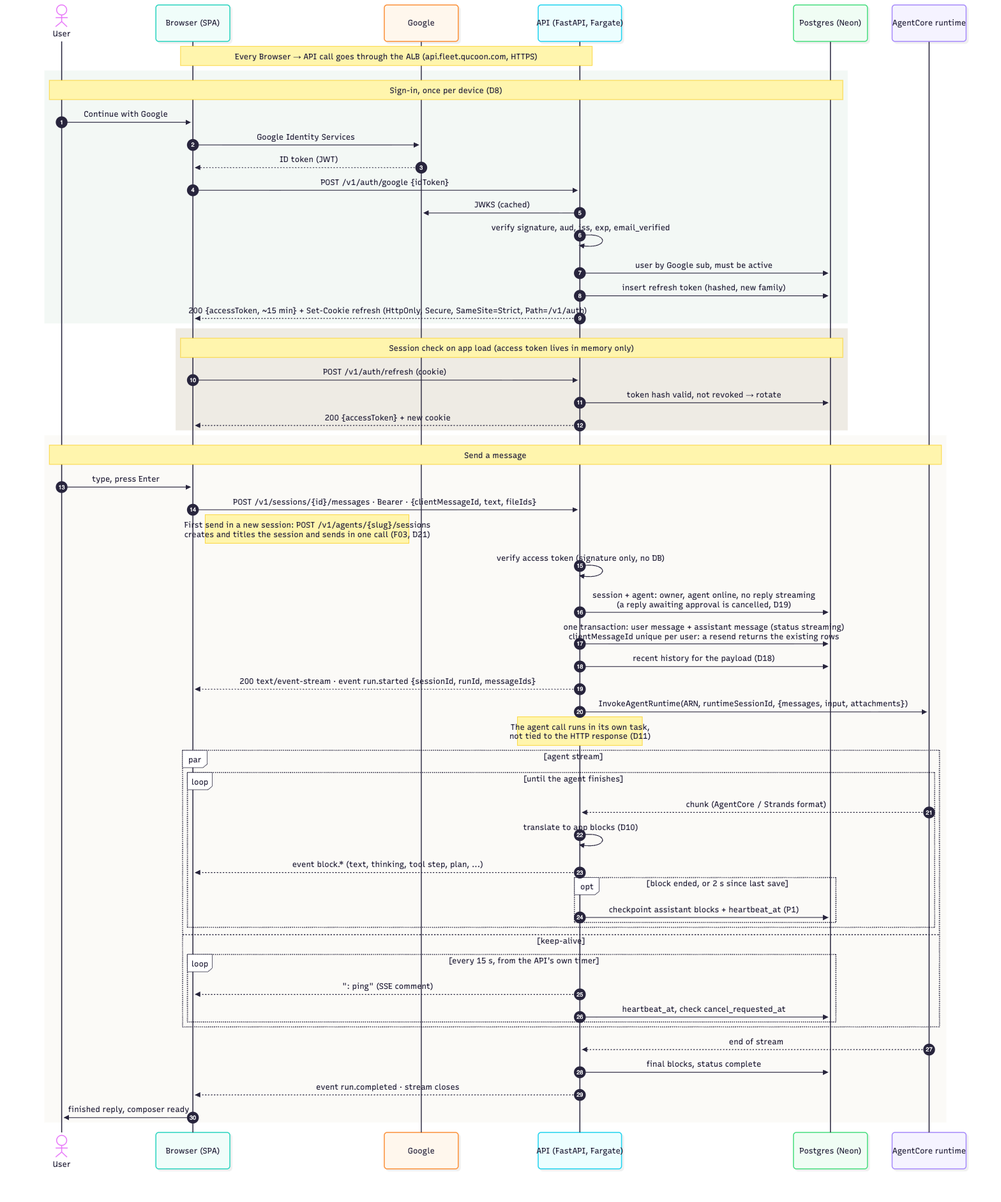
IsraelBO17/agent_hub keeps this Mermaid diagram as docs/diagrams/send-message.png. Above is the earlier version. Its source is kept beside it as docs/diagrams/send-message.mmd.
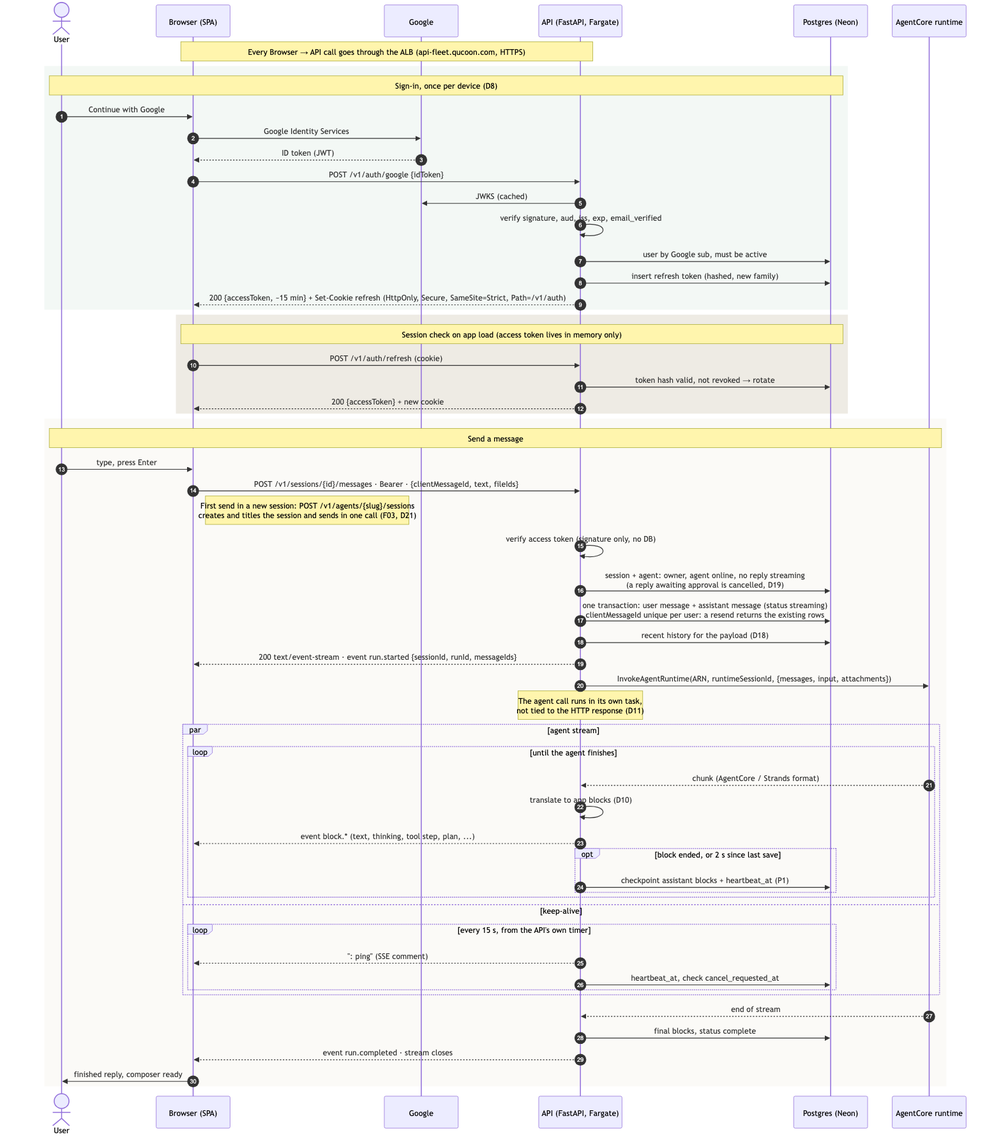
Above is the later version.

What changed in the source:
```diff
@@ -7,7 +7,7 @@
   participant DB as Postgres (Neon)
   participant R as AgentCore runtime
 
-  Note over B,A: Every Browser → API call goes through the ALB (api.fleet.qucoon.com, HTTPS)
+  Note over B,A: Every Browser → API call goes through the ALB (api-fleet.qucoon.com, HTTPS)
 
   rect rgb(243, 248, 245)
     Note over U,DB: Sign-in, once per device (D8)
```
